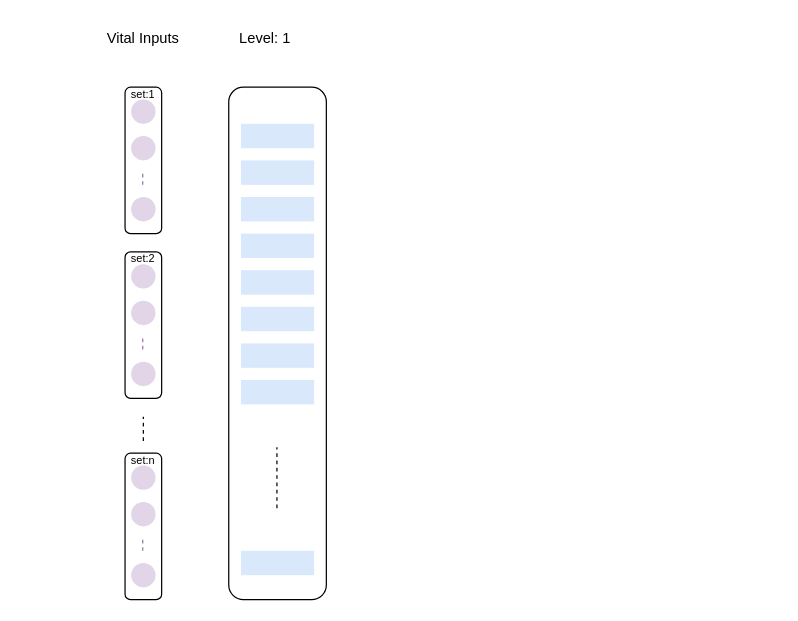
This is ML model for via.drawio from sugchand/drawio, a draw.io file, before an edit. Source tidied: cells renumbered, new cells numbered last; positions are measured from the earlier drawing's top-left corner, leaving out a move shared by most shapes. Both pictures are drawn from the tidied source at 122%, with x=0, y=0 at pixel (21, 26).
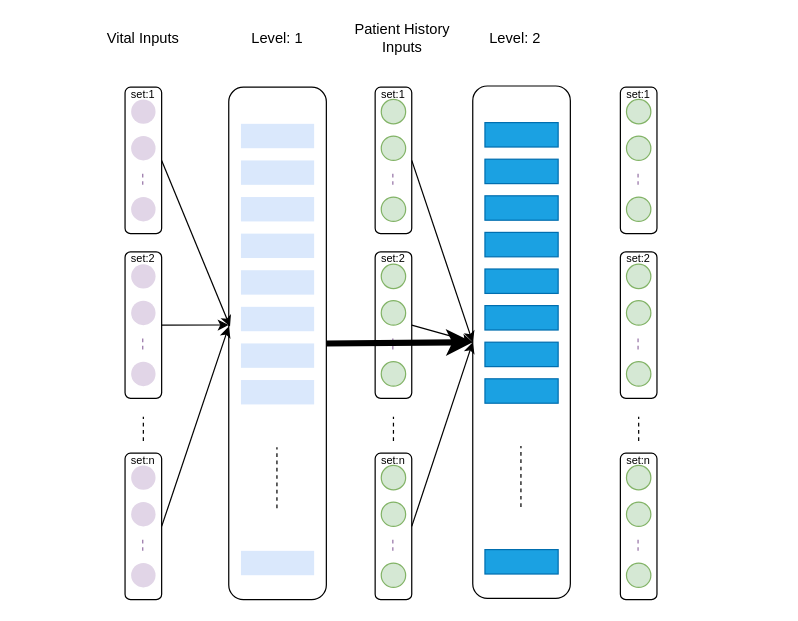
After the change.

Unchanged cells that the change refers to:
```xml
<mxCell id="3" style="rounded=1;whiteSpace=wrap;html=1;rotation=90;" parent="2" vertex="1">
  <mxGeometry y="35" width="120" height="30" as="geometry" />
</mxCell>
<mxCell id="9" style="rounded=1;whiteSpace=wrap;html=1;rotation=90;" parent="8" vertex="1">
  <mxGeometry y="35" width="120" height="30" as="geometry" />
</mxCell>
<mxCell id="15" style="rounded=1;whiteSpace=wrap;html=1;rotation=90;" parent="14" vertex="1">
  <mxGeometry y="35" width="120" height="30" as="geometry" />
</mxCell>
```

Diff of the diagram source:
```diff
@@
     <mxCell id="25" value="Level: 1" style="text;html=1;strokeColor=none;fillColor=none;align=center;verticalAlign=middle;whiteSpace=wrap;rounded=0;" parent="1" vertex="1">
-      <mxGeometry x="165" width="70" height="20" as="geometry" />
+      <mxGeometry x="175" width="70" height="20" as="geometry" />
     </mxCell>
     <mxCell id="26" style="group;" parent="1" vertex="1">
-      <mxGeometry y="80" width="420" height="370" as="geometry" />
+      <mxGeometry y="80" width="420" height="380" as="geometry" />
     </mxCell>
+    <mxCell id="38" style="group;" parent="26" vertex="1">
+      <mxGeometry x="245" y="-30" width="120" height="410" as="geometry" />
+    </mxCell>
+    <mxCell id="39" style="rounded=1;whiteSpace=wrap;html=1;rotation=90;" parent="38" vertex="1">
+      <mxGeometry y="45" width="120" height="30" as="geometry" />
+    </mxCell>
+    <mxCell id="40" style="ellipse;whiteSpace=wrap;html=1;fillColor=#d5e8d4;strokeColor=#82b366;" parent="38" vertex="1">
+      <mxGeometry x="50" y="10" width="20" height="20" as="geometry" />
+    </mxCell>
+    <mxCell id="41" style="ellipse;whiteSpace=wrap;html=1;direction=south;fillColor=#d5e8d4;strokeColor=#82b366;" parent="38" vertex="1">
+      <mxGeometry x="50" y="40" width="20" height="20" as="geometry" />
+    </mxCell>
+    <mxCell id="42" style="ellipse;whiteSpace=wrap;html=1;fillColor=#d5e8d4;strokeColor=#82b366;" parent="38" vertex="1">
+      <mxGeometry x="50" y="90" width="20" height="20" as="geometry" />
+    </mxCell>
+    <mxCell id="43" style="endArrow=none;dashed=1;html=1;fillColor=#e1d5e7;strokeColor=#9673a6;" parent="38" edge="1">
+      <mxGeometry relative="1" as="geometry">
+        <mxPoint x="59.5" y="80" as="sourcePoint" />
+        <mxPoint x="59.5" y="70" as="targetPoint" />
+      </mxGeometry>
+    </mxCell>
+    <mxCell id="44" style="rounded=1;whiteSpace=wrap;html=1;rotation=90;" parent="38" vertex="1">
+      <mxGeometry y="180" width="120" height="30" as="geometry" />
+    </mxCell>
+    <mxCell id="45" style="ellipse;whiteSpace=wrap;html=1;fillColor=#d5e8d4;strokeColor=#82b366;" parent="38" vertex="1">
+      <mxGeometry x="50" y="145" width="20" height="20" as="geometry" />
+    </mxCell>
+    <mxCell id="46" style="ellipse;whiteSpace=wrap;html=1;direction=south;fillColor=#d5e8d4;strokeColor=#82b366;" parent="38" vertex="1">
+      <mxGeometry x="50" y="175" width="20" height="20" as="geometry" />
+    </mxCell>
+    <mxCell id="47" style="ellipse;whiteSpace=wrap;html=1;fillColor=#d5e8d4;strokeColor=#82b366;" parent="38" vertex="1">
+      <mxGeometry x="50" y="225" width="20" height="20" as="geometry" />
+    </mxCell>
+    <mxCell id="48" style="endArrow=none;dashed=1;html=1;fillColor=#e1d5e7;strokeColor=#9673a6;" parent="38" edge="1">
+      <mxGeometry relative="1" as="geometry">
+        <mxPoint x="59.5" y="215" as="sourcePoint" />
+        <mxPoint x="59.5" y="205" as="targetPoint" />
+      </mxGeometry>
+    </mxCell>
+    <mxCell id="49" style="rounded=1;whiteSpace=wrap;html=1;rotation=90;" parent="38" vertex="1">
+      <mxGeometry y="345" width="120" height="30" as="geometry" />
+    </mxCell>
+    <mxCell id="50" style="ellipse;whiteSpace=wrap;html=1;fillColor=#d5e8d4;strokeColor=#82b366;" parent="38" vertex="1">
+      <mxGeometry x="50" y="310" width="20" height="20" as="geometry" />
+    </mxCell>
+    <mxCell id="51" style="ellipse;whiteSpace=wrap;html=1;direction=south;fillColor=#d5e8d4;strokeColor=#82b366;" parent="38" vertex="1">
+      <mxGeometry x="50" y="340" width="20" height="20" as="geometry" />
+    </mxCell>
+    <mxCell id="52" style="ellipse;whiteSpace=wrap;html=1;fillColor=#d5e8d4;strokeColor=#82b366;" parent="38" vertex="1">
+      <mxGeometry x="50" y="390" width="20" height="20" as="geometry" />
+    </mxCell>
+    <mxCell id="53" style="endArrow=none;dashed=1;html=1;fillColor=#e1d5e7;strokeColor=#9673a6;" parent="38" edge="1">
+      <mxGeometry relative="1" as="geometry">
+        <mxPoint x="59.5" y="380" as="sourcePoint" />
+        <mxPoint x="59.5" y="370" as="targetPoint" />
+      </mxGeometry>
+    </mxCell>
+    <mxCell id="54" value="&lt;font style=&quot;font-size: 9px&quot;&gt;set:n&lt;/font&gt;" style="text;html=1;strokeColor=none;fillColor=none;align=center;verticalAlign=middle;whiteSpace=wrap;rounded=0;" parent="38" vertex="1">
+      <mxGeometry x="55" y="300" width="10" height="10" as="geometry" />
+    </mxCell>
+    <mxCell id="55" style="endArrow=none;dashed=1;html=1;" parent="38" edge="1">
+      <mxGeometry relative="1" as="geometry">
+        <mxPoint x="60" y="290" as="sourcePoint" />
+        <mxPoint x="60" y="270" as="targetPoint" />
+      </mxGeometry>
+    </mxCell>
+    <mxCell id="56" value="&lt;font style=&quot;font-size: 9px&quot;&gt;set:1&lt;/font&gt;" style="text;html=1;strokeColor=none;fillColor=none;align=center;verticalAlign=middle;whiteSpace=wrap;rounded=0;" parent="38" vertex="1">
+      <mxGeometry x="55" width="10" height="10" as="geometry" />
+    </mxCell>
+    <mxCell id="57" value="&lt;font style=&quot;font-size: 9px&quot;&gt;set:2&lt;/font&gt;" style="text;html=1;strokeColor=none;fillColor=none;align=center;verticalAlign=middle;whiteSpace=wrap;rounded=0;" parent="38" vertex="1">
+      <mxGeometry x="55" y="135" width="10" height="10" as="geometry" />
+    </mxCell>
+    <mxCell id="58" style="group;" parent="26" vertex="1">
+      <mxGeometry width="420" height="370" as="geometry" />
+    </mxCell>
-    <mxCell id="27" style="rounded=1;whiteSpace=wrap;html=1;rotation=-90;" parent="26" vertex="1">
+    <mxCell id="27" style="rounded=1;whiteSpace=wrap;html=1;rotation=-90;" parent="58" vertex="1">
       <mxGeometry y="140" width="420" height="80" as="geometry" />
     </mxCell>
-    <mxCell id="28" style="rounded=0;whiteSpace=wrap;html=1;fillColor=#dae8fc;strokeColor=none;" parent="26" vertex="1">
+    <mxCell id="28" style="rounded=0;whiteSpace=wrap;html=1;fillColor=#dae8fc;strokeColor=none;" parent="58" vertex="1">
       <mxGeometry x="180" width="60" height="20" as="geometry" />
     </mxCell>
-    <mxCell id="29" style="rounded=0;whiteSpace=wrap;html=1;fillColor=#dae8fc;strokeColor=none;" parent="26" vertex="1">
+    <mxCell id="29" style="rounded=0;whiteSpace=wrap;html=1;fillColor=#dae8fc;strokeColor=none;" parent="58" vertex="1">
       <mxGeometry x="180" y="30" width="60" height="20" as="geometry" />
     </mxCell>
-    <mxCell id="30" style="rounded=0;whiteSpace=wrap;html=1;fillColor=#dae8fc;strokeColor=none;" parent="26" vertex="1">
+    <mxCell id="30" style="rounded=0;whiteSpace=wrap;html=1;fillColor=#dae8fc;strokeColor=none;" parent="58" vertex="1">
       <mxGeometry x="180" y="60" width="60" height="20" as="geometry" />
     </mxCell>
-    <mxCell id="31" style="rounded=0;whiteSpace=wrap;html=1;fillColor=#dae8fc;strokeColor=none;" parent="26" vertex="1">
+    <mxCell id="31" style="rounded=0;whiteSpace=wrap;html=1;fillColor=#dae8fc;strokeColor=none;" parent="58" vertex="1">
       <mxGeometry x="180" y="90" width="60" height="20" as="geometry" />
     </mxCell>
-    <mxCell id="32" style="rounded=0;whiteSpace=wrap;html=1;fillColor=#dae8fc;strokeColor=none;" parent="26" vertex="1">
+    <mxCell id="32" style="rounded=0;whiteSpace=wrap;html=1;fillColor=#dae8fc;strokeColor=none;" parent="58" vertex="1">
       <mxGeometry x="180" y="120" width="60" height="20" as="geometry" />
     </mxCell>
-    <mxCell id="33" style="rounded=0;whiteSpace=wrap;html=1;fillColor=#dae8fc;strokeColor=none;" parent="26" vertex="1">
+    <mxCell id="33" style="rounded=0;whiteSpace=wrap;html=1;fillColor=#dae8fc;strokeColor=none;" parent="58" vertex="1">
       <mxGeometry x="180" y="150" width="60" height="20" as="geometry" />
     </mxCell>
-    <mxCell id="34" style="rounded=0;whiteSpace=wrap;html=1;fillColor=#dae8fc;strokeColor=none;" parent="26" vertex="1">
+    <mxCell id="34" style="rounded=0;whiteSpace=wrap;html=1;fillColor=#dae8fc;strokeColor=none;" parent="58" vertex="1">
       <mxGeometry x="180" y="180" width="60" height="20" as="geometry" />
     </mxCell>
-    <mxCell id="35" style="rounded=0;whiteSpace=wrap;html=1;fillColor=#dae8fc;strokeColor=none;" parent="26" vertex="1">
+    <mxCell id="35" style="rounded=0;whiteSpace=wrap;html=1;fillColor=#dae8fc;strokeColor=none;" parent="58" vertex="1">
       <mxGeometry x="180" y="210" width="60" height="20" as="geometry" />
     </mxCell>
-    <mxCell id="36" style="rounded=0;whiteSpace=wrap;html=1;fillColor=#dae8fc;strokeColor=none;" parent="26" vertex="1">
+    <mxCell id="36" style="rounded=0;whiteSpace=wrap;html=1;fillColor=#dae8fc;strokeColor=none;" parent="58" vertex="1">
       <mxGeometry x="180" y="350" width="60" height="20" as="geometry" />
     </mxCell>
-    <mxCell id="37" style="endArrow=none;dashed=1;html=1;" parent="26" edge="1">
+    <mxCell id="37" style="endArrow=none;dashed=1;html=1;" parent="58" edge="1">
       <mxGeometry relative="1" as="geometry">
         <mxPoint x="209.5" y="315" as="sourcePoint" />
         <mxPoint x="209.5" y="265" as="targetPoint" />
       </mxGeometry>
     </mxCell>
+    <mxCell id="59" style="rounded=0;jettySize=auto;html=1;exitX=0.5;exitY=0;exitDx=0;exitDy=0;entryX=0.533;entryY=0.013;entryDx=0;entryDy=0;entryPerimeter=0;" parent="1" edge="1" source="3" target="27">
+      <mxGeometry relative="1" as="geometry" />
+    </mxCell>
+    <mxCell id="60" style="endArrow=classic;html=1;exitX=0.5;exitY=0;exitDx=0;exitDy=0;entryX=0.536;entryY=0;entryDx=0;entryDy=0;entryPerimeter=0;" parent="1" edge="1" source="9" target="27">
+      <mxGeometry relative="1" as="geometry" />
+    </mxCell>
+    <mxCell id="61" style="endArrow=classic;html=1;exitX=0.5;exitY=0;exitDx=0;exitDy=0;entryX=0.533;entryY=0;entryDx=0;entryDy=0;entryPerimeter=0;" parent="1" edge="1" source="15" target="27">
+      <mxGeometry relative="1" as="geometry" />
+    </mxCell>
+    <mxCell id="62" value="Patient History Inputs" style="text;html=1;strokeColor=none;fillColor=none;align=center;verticalAlign=middle;whiteSpace=wrap;rounded=0;" parent="1" vertex="1">
+      <mxGeometry x="255" width="115" height="20" as="geometry" />
+    </mxCell>
+    <mxCell id="63" style="group;" parent="1" vertex="1">
+      <mxGeometry x="200" y="79" width="420" height="381" as="geometry" />
+    </mxCell>
+    <mxCell id="64" style="rounded=1;whiteSpace=wrap;html=1;rotation=-90;" parent="63" vertex="1">
+      <mxGeometry y="140" width="420" height="80" as="geometry" />
+    </mxCell>
+    <mxCell id="65" style="rounded=0;whiteSpace=wrap;html=1;fillColor=#1ba1e2;strokeColor=#006EAF;fontColor=#ffffff;" parent="63" vertex="1">
+      <mxGeometry x="180" width="60" height="20" as="geometry" />
+    </mxCell>
+    <mxCell id="66" style="rounded=0;whiteSpace=wrap;html=1;fillColor=#1ba1e2;strokeColor=#006EAF;fontColor=#ffffff;" parent="63" vertex="1">
+      <mxGeometry x="180" y="30" width="60" height="20" as="geometry" />
+    </mxCell>
+    <mxCell id="67" style="rounded=0;whiteSpace=wrap;html=1;fillColor=#1ba1e2;strokeColor=#006EAF;fontColor=#ffffff;" parent="63" vertex="1">
+      <mxGeometry x="180" y="60" width="60" height="20" as="geometry" />
+    </mxCell>
+    <mxCell id="68" style="rounded=0;whiteSpace=wrap;html=1;fillColor=#1ba1e2;strokeColor=#006EAF;fontColor=#ffffff;" parent="63" vertex="1">
+      <mxGeometry x="180" y="90" width="60" height="20" as="geometry" />
+    </mxCell>
+    <mxCell id="69" style="rounded=0;whiteSpace=wrap;html=1;fillColor=#1ba1e2;strokeColor=#006EAF;fontColor=#ffffff;" parent="63" vertex="1">
+      <mxGeometry x="180" y="120" width="60" height="20" as="geometry" />
+    </mxCell>
+    <mxCell id="70" style="rounded=0;whiteSpace=wrap;html=1;fillColor=#1ba1e2;strokeColor=#006EAF;fontColor=#ffffff;" parent="63" vertex="1">
+      <mxGeometry x="180" y="150" width="60" height="20" as="geometry" />
+    </mxCell>
+    <mxCell id="71" style="rounded=0;whiteSpace=wrap;html=1;fillColor=#1ba1e2;strokeColor=#006EAF;fontColor=#ffffff;" parent="63" vertex="1">
+      <mxGeometry x="180" y="180" width="60" height="20" as="geometry" />
+    </mxCell>
+    <mxCell id="72" style="rounded=0;whiteSpace=wrap;html=1;fillColor=#1ba1e2;strokeColor=#006EAF;fontColor=#ffffff;" parent="63" vertex="1">
+      <mxGeometry x="180" y="210" width="60" height="20" as="geometry" />
+    </mxCell>
+    <mxCell id="73" style="rounded=0;whiteSpace=wrap;html=1;fillColor=#1ba1e2;strokeColor=#006EAF;fontColor=#ffffff;" parent="63" vertex="1">
+      <mxGeometry x="180" y="350" width="60" height="20" as="geometry" />
+    </mxCell>
+    <mxCell id="74" style="endArrow=none;dashed=1;html=1;" parent="63" edge="1">
+      <mxGeometry relative="1" as="geometry">
+        <mxPoint x="209.5" y="315" as="sourcePoint" />
+        <mxPoint x="209.5" y="265" as="targetPoint" />
+      </mxGeometry>
+    </mxCell>
+    <mxCell id="75" style="group;" parent="63" vertex="1">
+      <mxGeometry x="246" y="-29" width="120" height="410" as="geometry" />
+    </mxCell>
+    <mxCell id="76" style="rounded=1;whiteSpace=wrap;html=1;rotation=90;" parent="75" vertex="1">
+      <mxGeometry y="45" width="120" height="30" as="geometry" />
+    </mxCell>
+    <mxCell id="77" style="ellipse;whiteSpace=wrap;html=1;fillColor=#d5e8d4;strokeColor=#82b366;" parent="75" vertex="1">
+      <mxGeometry x="50" y="10" width="20" height="20" as="geometry" />
+    </mxCell>
+    <mxCell id="78" style="ellipse;whiteSpace=wrap;html=1;direction=south;fillColor=#d5e8d4;strokeColor=#82b366;" parent="75" vertex="1">
+      <mxGeometry x="50" y="40" width="20" height="20" as="geometry" />
+    </mxCell>
+    <mxCell id="79" style="ellipse;whiteSpace=wrap;html=1;fillColor=#d5e8d4;strokeColor=#82b366;" parent="75" vertex="1">
+      <mxGeometry x="50" y="90" width="20" height="20" as="geometry" />
+    </mxCell>
+    <mxCell id="80" style="endArrow=none;dashed=1;html=1;fillColor=#e1d5e7;strokeColor=#9673a6;" parent="75" edge="1">
+      <mxGeometry relative="1" as="geometry">
+        <mxPoint x="59.5" y="80" as="sourcePoint" />
+        <mxPoint x="59.5" y="70" as="targetPoint" />
+      </mxGeometry>
+    </mxCell>
+    <mxCell id="81" style="rounded=1;whiteSpace=wrap;html=1;rotation=90;" parent="75" vertex="1">
+      <mxGeometry y="180" width="120" height="30" as="geometry" />
+    </mxCell>
+    <mxCell id="82" style="ellipse;whiteSpace=wrap;html=1;fillColor=#d5e8d4;strokeColor=#82b366;" parent="75" vertex="1">
+      <mxGeometry x="50" y="145" width="20" height="20" as="geometry" />
+    </mxCell>
+    <mxCell id="83" style="ellipse;whiteSpace=wrap;html=1;direction=south;fillColor=#d5e8d4;strokeColor=#82b366;" parent="75" vertex="1">
+      <mxGeometry x="50" y="175" width="20" height="20" as="geometry" />
+    </mxCell>
+    <mxCell id="84" style="ellipse;whiteSpace=wrap;html=1;fillColor=#d5e8d4;strokeColor=#82b366;" parent="75" vertex="1">
+      <mxGeometry x="50" y="225" width="20" height="20" as="geometry" />
+    </mxCell>
+    <mxCell id="85" style="endArrow=none;dashed=1;html=1;fillColor=#e1d5e7;strokeColor=#9673a6;" parent="75" edge="1">
+      <mxGeometry relative="1" as="geometry">
+        <mxPoint x="59.5" y="215" as="sourcePoint" />
+        <mxPoint x="59.5" y="205" as="targetPoint" />
+      </mxGeometry>
+    </mxCell>
+    <mxCell id="86" style="rounded=1;whiteSpace=wrap;html=1;rotation=90;" parent="75" vertex="1">
+      <mxGeometry y="345" width="120" height="30" as="geometry" />
+    </mxCell>
+    <mxCell id="87" style="ellipse;whiteSpace=wrap;html=1;fillColor=#d5e8d4;strokeColor=#82b366;" parent="75" vertex="1">
+      <mxGeometry x="50" y="310" width="20" height="20" as="geometry" />
+    </mxCell>
+    <mxCell id="88" style="ellipse;whiteSpace=wrap;html=1;direction=south;fillColor=#d5e8d4;strokeColor=#82b366;" parent="75" vertex="1">
+      <mxGeometry x="50" y="340" width="20" height="20" as="geometry" />
+    </mxCell>
+    <mxCell id="89" style="ellipse;whiteSpace=wrap;html=1;fillColor=#d5e8d4;strokeColor=#82b366;" parent="75" vertex="1">
+      <mxGeometry x="50" y="390" width="20" height="20" as="geometry" />
+    </mxCell>
+    <mxCell id="90" style="endArrow=none;dashed=1;html=1;fillColor=#e1d5e7;strokeColor=#9673a6;" parent="75" edge="1">
+      <mxGeometry relative="1" as="geometry">
+        <mxPoint x="59.5" y="380" as="sourcePoint" />
+        <mxPoint x="59.5" y="370" as="targetPoint" />
+      </mxGeometry>
+    </mxCell>
+    <mxCell id="91" value="&lt;font style=&quot;font-size: 9px&quot;&gt;set:n&lt;/font&gt;" style="text;html=1;strokeColor=none;fillColor=none;align=center;verticalAlign=middle;whiteSpace=wrap;rounded=0;" parent="75" vertex="1">
+      <mxGeometry x="55" y="300" width="10" height="10" as="geometry" />
+    </mxCell>
+    <mxCell id="92" style="endArrow=none;dashed=1;html=1;" parent="75" edge="1">
+      <mxGeometry relative="1" as="geometry">
+        <mxPoint x="60" y="290" as="sourcePoint" />
+        <mxPoint x="60" y="270" as="targetPoint" />
+      </mxGeometry>
+    </mxCell>
+    <mxCell id="93" value="&lt;font style=&quot;font-size: 9px&quot;&gt;set:1&lt;/font&gt;" style="text;html=1;strokeColor=none;fillColor=none;align=center;verticalAlign=middle;whiteSpace=wrap;rounded=0;" parent="75" vertex="1">
+      <mxGeometry x="55" width="10" height="10" as="geometry" />
+    </mxCell>
+    <mxCell id="94" value="&lt;font style=&quot;font-size: 9px&quot;&gt;set:2&lt;/font&gt;" style="text;html=1;strokeColor=none;fillColor=none;align=center;verticalAlign=middle;whiteSpace=wrap;rounded=0;" parent="75" vertex="1">
+      <mxGeometry x="55" y="135" width="10" height="10" as="geometry" />
+    </mxCell>
+    <mxCell id="95" style="endArrow=classic;html=1;exitX=0.5;exitY=1;exitDx=0;exitDy=0;entryX=0.5;entryY=0;entryDx=0;entryDy=0;strokeWidth=5;" parent="1" edge="1" source="27" target="64">
+      <mxGeometry relative="1" as="geometry" />
+    </mxCell>
+    <mxCell id="96" style="endArrow=classic;html=1;strokeWidth=1;exitX=0.5;exitY=0;exitDx=0;exitDy=0;entryX=0.5;entryY=0;entryDx=0;entryDy=0;" parent="1" edge="1" source="39" target="64">
+      <mxGeometry relative="1" as="geometry" />
+    </mxCell>
+    <mxCell id="97" style="endArrow=classic;html=1;strokeWidth=1;exitX=0.5;exitY=0;exitDx=0;exitDy=0;entryX=0.5;entryY=0;entryDx=0;entryDy=0;" parent="1" edge="1" source="44" target="64">
+      <mxGeometry relative="1" as="geometry" />
+    </mxCell>
+    <mxCell id="98" style="endArrow=classic;html=1;strokeWidth=1;exitX=0.5;exitY=0;exitDx=0;exitDy=0;entryX=0.5;entryY=0;entryDx=0;entryDy=0;" parent="1" edge="1" source="49" target="64">
+      <mxGeometry relative="1" as="geometry" />
+    </mxCell>
+    <mxCell id="99" value="Level: 2" style="text;html=1;strokeColor=none;fillColor=none;align=center;verticalAlign=middle;whiteSpace=wrap;rounded=0;" parent="1" vertex="1">
+      <mxGeometry x="370" width="70" height="20" as="geometry" />
+    </mxCell>
```
